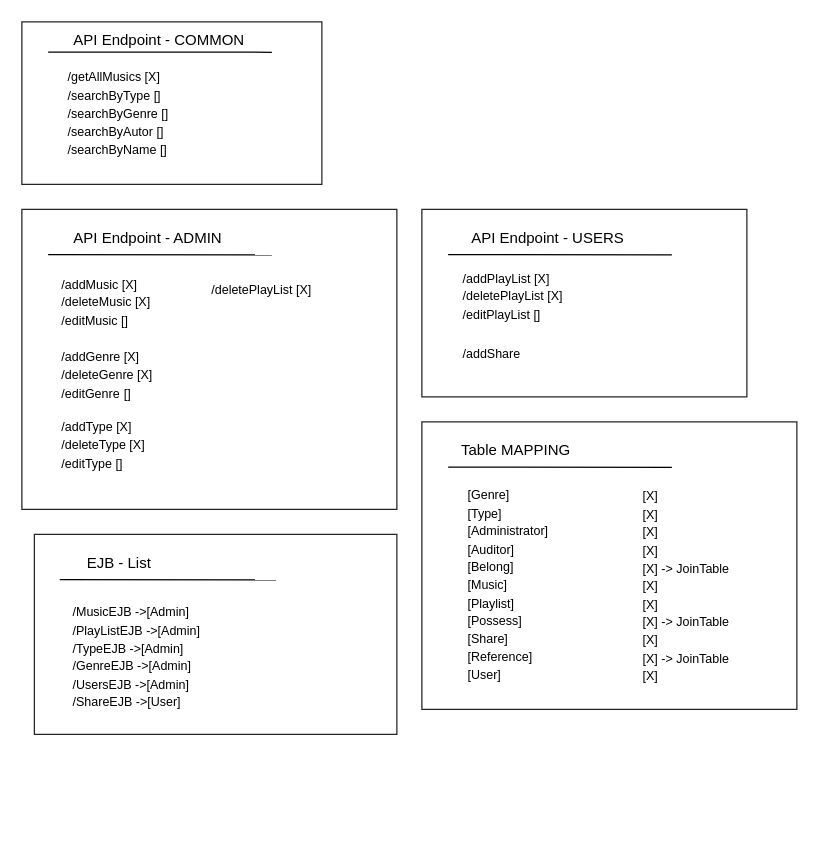
Above: Schéma Endpoint.drawio in Zacharie-Julien/SpotiHome-VUE (draw.io), before the change. Source tidied: cells renumbered, new cells numbered last; positions are measured from the earlier drawing's top-left corner, leaving out a move shared by most shapes. Both pictures are drawn from the tidied source at 125%, with x=0, y=0 at pixel (21, 21).
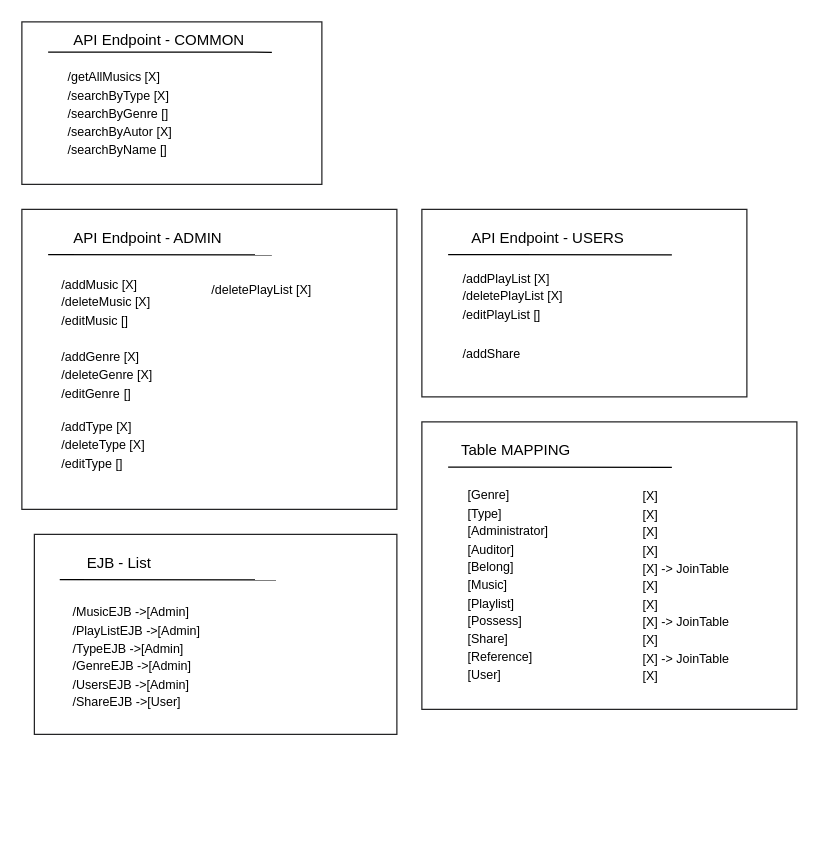
Above is the later version.

Commit message:
Mettre à jour Schéma Endpoint.drawio

Unchanged cells that the change refers to:
```xml
<mxCell id="27" style="group;" parent="1" vertex="1">
  <mxGeometry width="300" height="160" as="geometry" />
</mxCell>
```

Change to the diagram source:
```diff
@@
-    <mxCell id="31" value="&lt;div align=&quot;left&quot;&gt;&lt;font style=&quot;font-size: 10px; color: light-dark(rgb(0, 0, 0), rgb(67, 194, 63));&quot;&gt;/getAllMusics [X]&lt;/font&gt;&lt;/div&gt;&lt;div align=&quot;left&quot;&gt;&lt;font style=&quot;font-size: 10px; color: light-dark(rgb(0, 0, 0), rgb(67, 194, 63));&quot;&gt;/searchByType []&lt;/font&gt;&lt;/div&gt;&lt;div align=&quot;left&quot;&gt;&lt;font style=&quot;font-size: 10px; color: light-dark(rgb(0, 0, 0), rgb(67, 194, 63));&quot;&gt;/searchByGenre []&lt;/font&gt;&lt;/div&gt;&lt;div align=&quot;left&quot;&gt;&lt;font style=&quot;font-size: 10px; color: light-dark(rgb(0, 0, 0), rgb(67, 194, 63));&quot;&gt;/searchByAutor []&lt;/font&gt;&lt;/div&gt;&lt;div&gt;&lt;font style=&quot;font-size: 10px; color: light-dark(rgb(0, 0, 0), rgb(67, 194, 63));&quot;&gt;/searchByName []&lt;/font&gt;&lt;/div&gt;&lt;div&gt;&lt;br&gt;&lt;/div&gt;" style="text;html=1;align=left;verticalAlign=middle;whiteSpace=wrap;rounded=0;fontFamily=Nerd;" parent="27" vertex="1">
+    <mxCell id="31" value="&lt;div align=&quot;left&quot;&gt;&lt;font style=&quot;font-size: 10px; color: light-dark(rgb(0, 0, 0), rgb(67, 194, 63));&quot;&gt;/getAllMusics [X]&lt;/font&gt;&lt;/div&gt;&lt;div align=&quot;left&quot;&gt;&lt;font style=&quot;font-size: 10px; color: light-dark(rgb(0, 0, 0), rgb(67, 194, 63));&quot;&gt;/searchByType [X]&lt;/font&gt;&lt;/div&gt;&lt;div align=&quot;left&quot;&gt;&lt;font style=&quot;font-size: 10px; color: light-dark(rgb(0, 0, 0), rgb(67, 194, 63));&quot;&gt;/searchByGenre []&lt;/font&gt;&lt;/div&gt;&lt;div align=&quot;left&quot;&gt;&lt;font style=&quot;font-size: 10px; color: light-dark(rgb(0, 0, 0), rgb(67, 194, 63));&quot;&gt;/searchByAutor [X]&lt;/font&gt;&lt;/div&gt;&lt;div&gt;&lt;font style=&quot;font-size: 10px; color: light-dark(rgb(0, 0, 0), rgb(67, 194, 63));&quot;&gt;/searchByName []&lt;/font&gt;&lt;/div&gt;&lt;div&gt;&lt;br&gt;&lt;/div&gt;" style="text;html=1;align=left;verticalAlign=middle;whiteSpace=wrap;rounded=0;fontFamily=Nerd;" parent="27" vertex="1">
       <mxGeometry x="35" y="42.1" width="150" height="75.7" as="geometry" />
     </mxCell>
```
